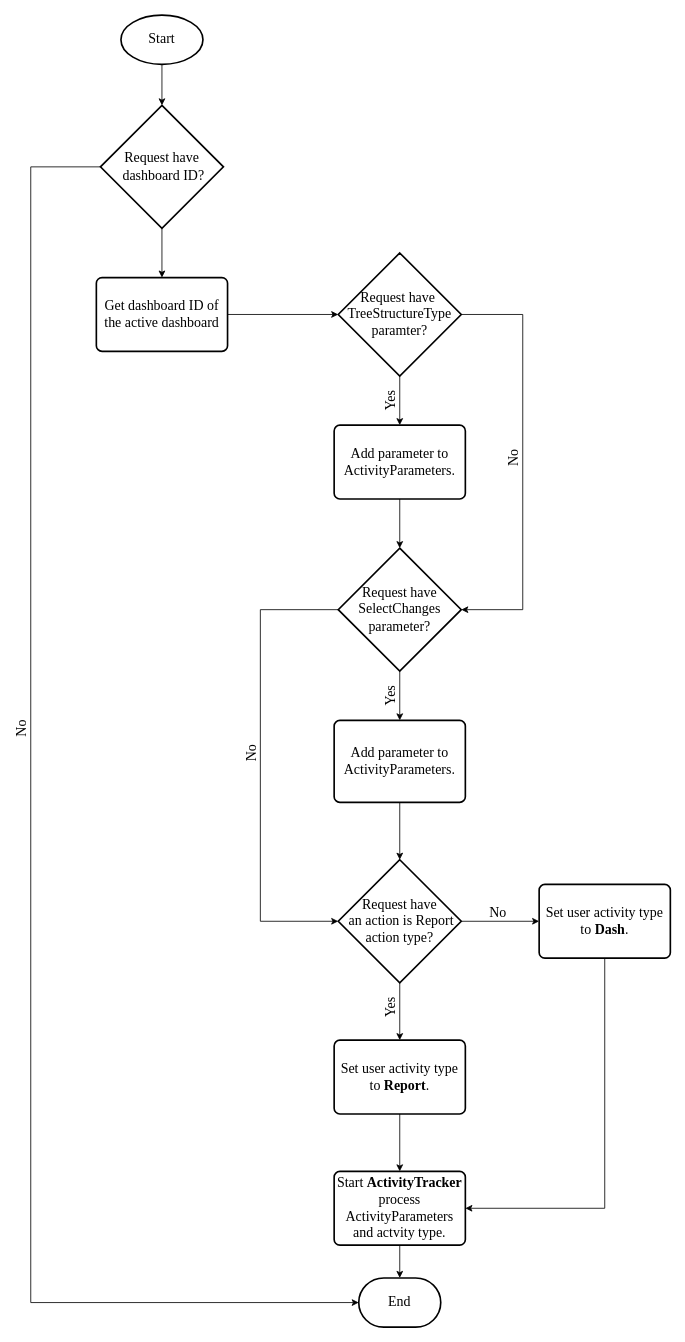
Before: Images/Chapter2/Dash_PHP_Flow/Dash_PHP_Flow.drawio in CorrieScheepers/Masters, a draw.io diagram. Source tidied: cells renumbered, new cells numbered last; positions are measured from the earlier drawing's top-left corner, leaving out a move shared by most shapes. Both pictures are drawn from the tidied source at 82%, with x=0, y=0 at pixel (6, 15).
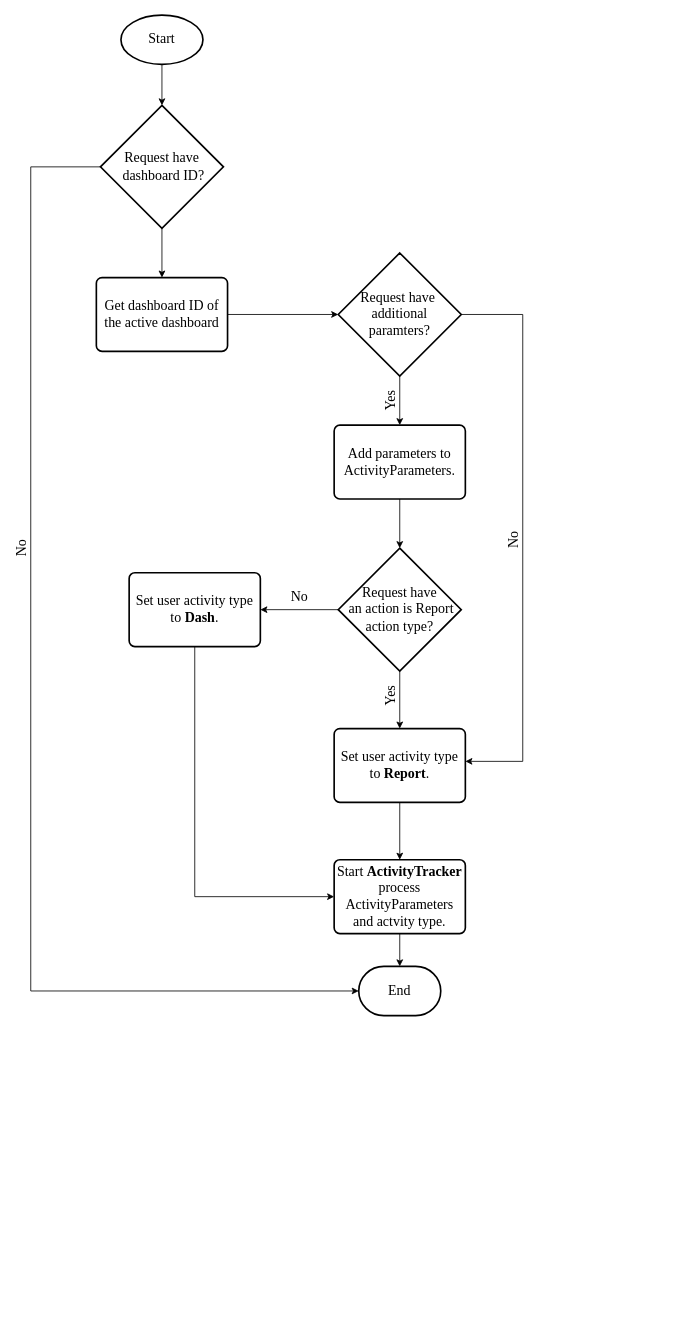
After the change.

The change refers to these unchanged cells:
```xml
<mxCell id="18" value="Request have&lt;br style=&quot;font-size: 17px;&quot;&gt;&amp;nbsp;dashboard ID?" style="strokeWidth=2;html=1;shape=mxgraph.flowchart.decision;whiteSpace=wrap;fontFamily=Times New Roman;fillColor=none;fontSize=17;" parent="1" vertex="1">
  <mxGeometry x="115" y="110" width="150" height="150" as="geometry" />
</mxCell>
```

What changed in the source:
```diff
@@
-    <mxCell id="7" style="edgeStyle=orthogonalEdgeStyle;rounded=0;jettySize=auto;html=1;exitX=1;exitY=0.5;exitDx=0;exitDy=0;exitPerimeter=0;entryX=1;entryY=0.5;entryDx=0;entryDy=0;entryPerimeter=0;fontFamily=Times New Roman;fontSize=17;" parent="1" edge="1" source="8" target="23">
+    <mxCell id="7" style="edgeStyle=orthogonalEdgeStyle;rounded=0;jettySize=auto;html=1;exitX=1;exitY=0.5;exitDx=0;exitDy=0;exitPerimeter=0;entryX=1;entryY=0.5;entryDx=0;entryDy=0;fontFamily=Times New Roman;fontSize=17;" parent="1" edge="1" source="8">
       <mxGeometry relative="1" as="geometry">
+        <mxPoint x="560" y="910" as="targetPoint" />
         <Array as="points">
           <mxPoint x="630" y="365" />
-          <mxPoint x="630" y="725" />
+          <mxPoint x="630" y="910" />
         </Array>
       </mxGeometry>
     </mxCell>
-    <mxCell id="8" value="Request have&amp;nbsp;&lt;br style=&quot;font-size: 17px;&quot;&gt;TreeStructureType paramter?" style="strokeWidth=2;html=1;shape=mxgraph.flowchart.decision;whiteSpace=wrap;fontFamily=Times New Roman;fillColor=none;fontSize=17;" parent="1" vertex="1">
+    <mxCell id="8" value="Request have&amp;nbsp;&lt;br style=&quot;font-size: 17px&quot;&gt;additional&lt;br&gt;paramters?" style="strokeWidth=2;html=1;shape=mxgraph.flowchart.decision;whiteSpace=wrap;fontFamily=Times New Roman;fillColor=none;fontSize=17;" parent="1" vertex="1">
       <mxGeometry x="405" y="290" width="150" height="150" as="geometry" />
     </mxCell>
-    <mxCell id="9" style="edgeStyle=orthogonalEdgeStyle;rounded=0;jettySize=auto;html=1;exitX=0.5;exitY=1;exitDx=0;exitDy=0;entryX=0.5;entryY=0;entryDx=0;entryDy=0;entryPerimeter=0;fontFamily=Times New Roman;fontSize=17;" parent="1" edge="1" source="10" target="23">
-      <mxGeometry relative="1" as="geometry" />
-    </mxCell>
+    <mxCell id="36" style="edgeStyle=orthogonalEdgeStyle;rounded=0;jettySize=auto;html=1;exitX=0.5;exitY=1;exitDx=0;exitDy=0;entryX=0.5;entryY=0;entryDx=0;entryDy=0;entryPerimeter=0;" parent="1" edge="1" source="10" target="13">
+      <mxGeometry relative="1" as="geometry" />
+    </mxCell>
-    <mxCell id="10" value="Add parameter to ActivityParameters." style="rounded=1;whiteSpace=wrap;html=1;absoluteArcSize=1;arcSize=14;strokeWidth=2;fontFamily=Times New Roman;fillColor=none;fontSize=17;" parent="1" vertex="1">
+    <mxCell id="10" value="Add parameters to ActivityParameters." style="rounded=1;whiteSpace=wrap;html=1;absoluteArcSize=1;arcSize=14;strokeWidth=2;fontFamily=Times New Roman;fillColor=none;fontSize=17;" parent="1" vertex="1">
       <mxGeometry x="400" y="500" width="160" height="90" as="geometry" />
     </mxCell>
+    <mxCell id="12" style="edgeStyle=orthogonalEdgeStyle;rounded=0;jettySize=auto;html=1;exitX=0;exitY=0.5;exitDx=0;exitDy=0;exitPerimeter=0;entryX=1;entryY=0.5;entryDx=0;entryDy=0;" parent="1" edge="1" source="13" target="31">
+      <mxGeometry relative="1" as="geometry" />
+    </mxCell>
-    <mxCell id="11" style="edgeStyle=orthogonalEdgeStyle;rounded=0;jettySize=auto;html=1;exitX=0.5;exitY=1;exitDx=0;exitDy=0;exitPerimeter=0;entryX=0.5;entryY=0;entryDx=0;entryDy=0;fontFamily=Times New Roman;fontSize=17;" parent="1" edge="1" source="13" target="15">
+    <mxCell id="11" style="edgeStyle=orthogonalEdgeStyle;rounded=0;jettySize=auto;html=1;exitX=0.5;exitY=1;exitDx=0;exitDy=0;exitPerimeter=0;entryX=0.5;entryY=0;entryDx=0;entryDy=0;" parent="1" edge="1" source="13" target="15">
       <mxGeometry relative="1" as="geometry" />
     </mxCell>
-    <mxCell id="12" style="edgeStyle=orthogonalEdgeStyle;rounded=0;jettySize=auto;html=1;exitX=1;exitY=0.5;exitDx=0;exitDy=0;exitPerimeter=0;fontFamily=Times New Roman;fontSize=17;" parent="1" edge="1" source="13" target="31">
-      <mxGeometry relative="1" as="geometry" />
-    </mxCell>
     <mxCell id="13" value="Request have&lt;br style=&quot;font-size: 17px&quot;&gt;&amp;nbsp;an action is Report action type?" style="strokeWidth=2;html=1;shape=mxgraph.flowchart.decision;whiteSpace=wrap;fontFamily=Times New Roman;fillColor=none;fontSize=17;" parent="1" vertex="1">
-      <mxGeometry x="405" y="1030" width="150" height="150" as="geometry" />
+      <mxGeometry x="405" y="650" width="150" height="150" as="geometry" />
     </mxCell>
@@
     <mxCell id="15" value="Set user activity type to &lt;b style=&quot;font-size: 17px;&quot;&gt;Report&lt;/b&gt;." style="rounded=1;whiteSpace=wrap;html=1;absoluteArcSize=1;arcSize=14;strokeWidth=2;fontFamily=Times New Roman;fillColor=none;fontSize=17;" parent="1" vertex="1">
-      <mxGeometry x="400" y="1250" width="160" height="90" as="geometry" />
+      <mxGeometry x="400" y="870" width="160" height="90" as="geometry" />
     </mxCell>
@@
     <mxCell id="17" style="edgeStyle=orthogonalEdgeStyle;rounded=0;jettySize=auto;html=1;exitX=0;exitY=0.5;exitDx=0;exitDy=0;exitPerimeter=0;entryX=0;entryY=0.5;entryDx=0;entryDy=0;entryPerimeter=0;fontFamily=Times New Roman;fontSize=17;" parent="1" edge="1" source="18" target="19">
       <mxGeometry relative="1" as="geometry">
         <Array as="points">
           <mxPoint x="30" y="185" />
-          <mxPoint x="30" y="1570" />
+          <mxPoint x="30" y="1190" />
         </Array>
       </mxGeometry>
     </mxCell>
@@
     <mxCell id="19" value="End" style="strokeWidth=2;html=1;shape=mxgraph.flowchart.terminator;whiteSpace=wrap;fillColor=none;fontFamily=Times New Roman;fontSize=17;" parent="1" vertex="1">
-      <mxGeometry x="430" y="1540" width="100" height="60" as="geometry" />
+      <mxGeometry x="430" y="1160" width="100" height="60" as="geometry" />
     </mxCell>
@@
-    <mxCell id="21" style="edgeStyle=orthogonalEdgeStyle;rounded=0;jettySize=auto;html=1;exitX=0.5;exitY=1;exitDx=0;exitDy=0;exitPerimeter=0;entryX=0.5;entryY=0;entryDx=0;entryDy=0;fontFamily=Times New Roman;fontSize=17;" parent="1" edge="1" source="23" target="25">
-      <mxGeometry relative="1" as="geometry" />
-    </mxCell>
-    <mxCell id="22" style="edgeStyle=orthogonalEdgeStyle;rounded=0;jettySize=auto;html=1;exitX=0;exitY=0.5;exitDx=0;exitDy=0;exitPerimeter=0;entryX=0;entryY=0.5;entryDx=0;entryDy=0;entryPerimeter=0;fontFamily=Times New Roman;fontSize=17;" parent="1" edge="1" source="23" target="13">
-      <mxGeometry relative="1" as="geometry">
-        <Array as="points">
-          <mxPoint x="310" y="725" />
-          <mxPoint x="310" y="1105" />
-        </Array>
-      </mxGeometry>
-    </mxCell>
-    <mxCell id="23" value="Request have SelectChanges parameter?" style="strokeWidth=2;html=1;shape=mxgraph.flowchart.decision;whiteSpace=wrap;fontFamily=Times New Roman;fillColor=none;fontSize=17;" parent="1" vertex="1">
-      <mxGeometry x="405" y="650" width="150" height="150" as="geometry" />
-    </mxCell>
-    <mxCell id="24" style="edgeStyle=orthogonalEdgeStyle;rounded=0;jettySize=auto;html=1;exitX=0.5;exitY=1;exitDx=0;exitDy=0;fontFamily=Times New Roman;fontSize=17;" parent="1" edge="1" source="25" target="13">
-      <mxGeometry relative="1" as="geometry" />
-    </mxCell>
-    <mxCell id="25" value="Add parameter to ActivityParameters." style="rounded=1;whiteSpace=wrap;html=1;absoluteArcSize=1;arcSize=14;strokeWidth=2;fontFamily=Times New Roman;fillColor=none;fontSize=17;" parent="1" vertex="1">
-      <mxGeometry x="400" y="860" width="160" height="100" as="geometry" />
-    </mxCell>
-    <mxCell id="26" value="Yes" style="text;html=1;strokeColor=none;fillColor=none;align=center;verticalAlign=middle;whiteSpace=wrap;rounded=0;fontFamily=Times New Roman;rotation=-90;fontSize=17;" parent="1" vertex="1">
-      <mxGeometry x="450" y="820" width="40" height="20" as="geometry" />
-    </mxCell>
     <mxCell id="27" value="No" style="text;html=1;strokeColor=none;fillColor=none;align=center;verticalAlign=middle;whiteSpace=wrap;rounded=0;fontFamily=Times New Roman;rotation=-90;fontSize=17;" parent="1" vertex="1">
-      <mxGeometry x="600" y="530" width="40" height="20" as="geometry" />
+      <mxGeometry x="600" y="630" width="40" height="20" as="geometry" />
     </mxCell>
-    <mxCell id="28" value="No" style="text;html=1;strokeColor=none;fillColor=none;align=center;verticalAlign=middle;whiteSpace=wrap;rounded=0;fontFamily=Times New Roman;rotation=-90;fontSize=17;" parent="1" vertex="1">
-      <mxGeometry x="280" y="890" width="40" height="20" as="geometry" />
-    </mxCell>
     <mxCell id="29" value="Yes" style="text;html=1;strokeColor=none;fillColor=none;align=center;verticalAlign=middle;whiteSpace=wrap;rounded=0;fontFamily=Times New Roman;rotation=-90;fontSize=17;" parent="1" vertex="1">
-      <mxGeometry x="450" y="1200" width="40" height="20" as="geometry" />
+      <mxGeometry x="450" y="820" width="40" height="20" as="geometry" />
     </mxCell>
-    <mxCell id="30" style="edgeStyle=orthogonalEdgeStyle;rounded=0;jettySize=auto;html=1;exitX=0.5;exitY=1;exitDx=0;exitDy=0;entryX=1;entryY=0.5;entryDx=0;entryDy=0;fontFamily=Times New Roman;fontSize=17;" parent="1" edge="1" source="31" target="34">
+    <mxCell id="30" style="edgeStyle=orthogonalEdgeStyle;rounded=0;jettySize=auto;html=1;exitX=0.5;exitY=1;exitDx=0;exitDy=0;entryX=0;entryY=0.5;entryDx=0;entryDy=0;" parent="1" edge="1" source="31" target="34">
       <mxGeometry relative="1" as="geometry" />
     </mxCell>
     <mxCell id="31" value="Set user activity type to &lt;b style=&quot;font-size: 17px;&quot;&gt;Dash&lt;/b&gt;." style="rounded=1;whiteSpace=wrap;html=1;absoluteArcSize=1;arcSize=14;strokeWidth=2;fontFamily=Times New Roman;fillColor=none;fontSize=17;" parent="1" vertex="1">
-      <mxGeometry x="650" y="1060" width="160" height="90" as="geometry" />
+      <mxGeometry x="150" y="680" width="160" height="90" as="geometry" />
     </mxCell>
     <mxCell id="32" value="No" style="text;html=1;strokeColor=none;fillColor=none;align=center;verticalAlign=middle;whiteSpace=wrap;rounded=0;fontFamily=Times New Roman;rotation=0;fontSize=17;" parent="1" vertex="1">
-      <mxGeometry x="580" y="1085" width="40" height="20" as="geometry" />
+      <mxGeometry x="337.5" y="700" width="40" height="20" as="geometry" />
     </mxCell>
@@
     <mxCell id="34" value="Start &lt;b style=&quot;font-size: 17px;&quot;&gt;ActivityTracker &lt;/b&gt;process ActivityParameters and actvity type." style="rounded=1;whiteSpace=wrap;html=1;absoluteArcSize=1;arcSize=14;strokeWidth=2;fontFamily=Times New Roman;fillColor=none;fontSize=17;" parent="1" vertex="1">
-      <mxGeometry x="400" y="1410" width="160" height="90" as="geometry" />
+      <mxGeometry x="400" y="1030" width="160" height="90" as="geometry" />
     </mxCell>
     <mxCell id="35" value="No" style="text;html=1;strokeColor=none;fillColor=none;align=center;verticalAlign=middle;whiteSpace=wrap;rounded=0;fontFamily=Times New Roman;rotation=-90;fontSize=17;" parent="1" vertex="1">
-      <mxGeometry y="860" width="40" height="20" as="geometry" />
+      <mxGeometry y="640" width="40" height="20" as="geometry" />
     </mxCell>
```
